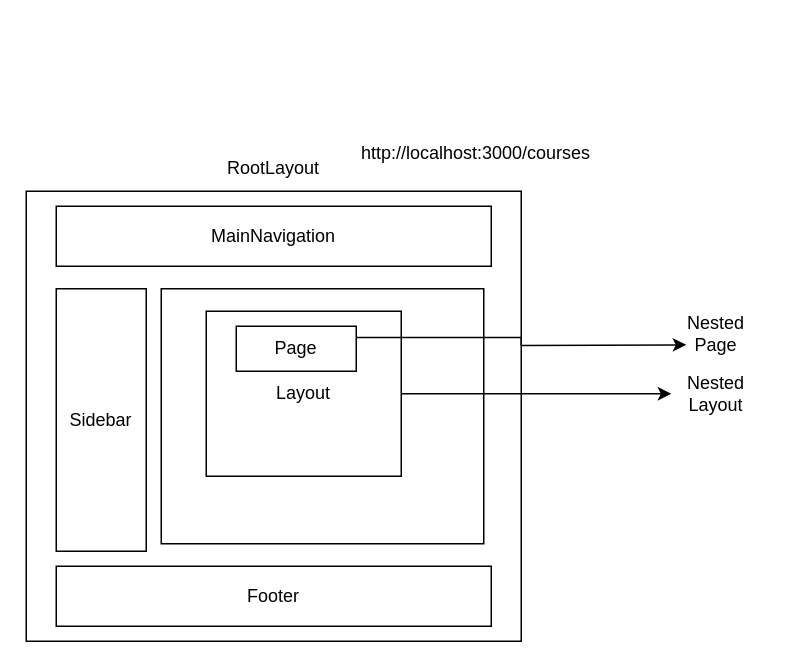
The draw.io diagram page "Page-6" (6 of 7) of references/react.drawio in synergy2411/dec-25-react, before the edit. Source tidied: cells renumbered, new cells numbered last; positions are measured from the earlier drawing's top-left corner, leaving out a move shared by most shapes. Both pictures are drawn from the tidied source at 150%, with x=0, y=0 at pixel (26, 130).
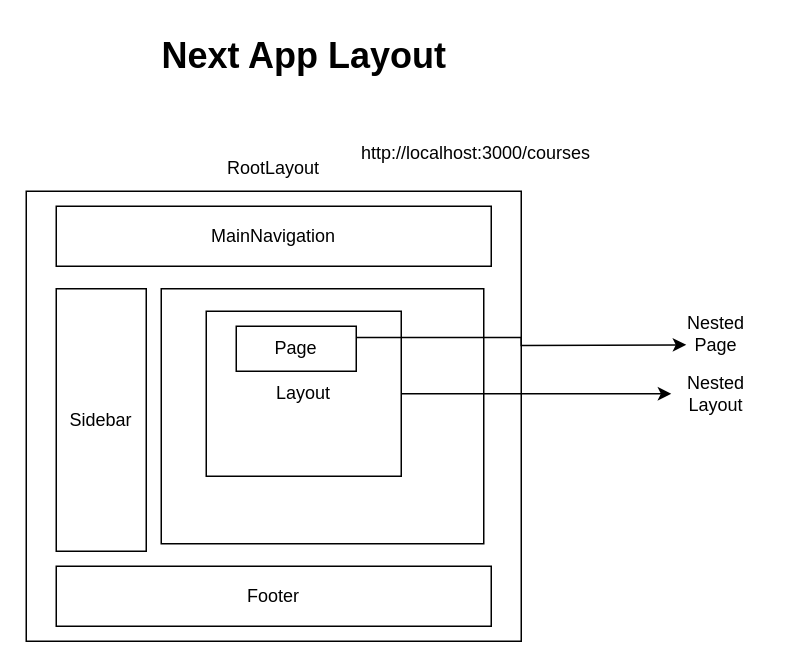
After the change.

Change to the diagram source:
```diff
@@
 <mxGraphModel>
   <root>
     <mxCell id="0" />
     <mxCell id="1" parent="0" />
     <mxCell id="2" style="rounded=0;whiteSpace=wrap;html=1;" parent="1" vertex="1">
       <mxGeometry y="40" width="330" height="300" as="geometry" />
     </mxCell>
     <mxCell id="3" value="RootLayout" style="text;html=1;whiteSpace=wrap;strokeColor=none;fillColor=none;align=center;verticalAlign=middle;rounded=0;" parent="1" vertex="1">
       <mxGeometry x="135" y="10" width="60" height="30" as="geometry" />
     </mxCell>
     <mxCell id="4" value="Page.js" style="rounded=0;whiteSpace=wrap;html=1;" parent="1" vertex="1">
       <mxGeometry x="90" y="105" width="215" height="170" as="geometry" />
     </mxCell>
     <mxCell id="5" value="MainNavigation" style="rounded=0;whiteSpace=wrap;html=1;" parent="1" vertex="1">
       <mxGeometry x="20" y="50" width="290" height="40" as="geometry" />
     </mxCell>
     <mxCell id="6" value="Sidebar" style="rounded=0;whiteSpace=wrap;html=1;" parent="1" vertex="1">
       <mxGeometry x="20" y="105" width="60" height="175" as="geometry" />
     </mxCell>
     <mxCell id="7" value="Footer" style="rounded=0;whiteSpace=wrap;html=1;" parent="1" vertex="1">
       <mxGeometry x="20" y="290" width="290" height="40" as="geometry" />
     </mxCell>
     <mxCell id="8" value="http://localhost:3000/courses" style="text;html=1;whiteSpace=wrap;strokeColor=none;fillColor=none;align=center;verticalAlign=middle;rounded=0;" parent="1" vertex="1">
       <mxGeometry x="270" width="60" height="30" as="geometry" />
     </mxCell>
     <mxCell id="9" style="edgeStyle=orthogonalEdgeStyle;rounded=0;jettySize=auto;html=1;exitX=1;exitY=0.5;exitDx=0;exitDy=0;entryX=0;entryY=0.5;entryDx=0;entryDy=0;" parent="1" edge="1" source="10" target="13">
       <mxGeometry relative="1" as="geometry" />
     </mxCell>
     <mxCell id="10" value="Layout" style="rounded=0;whiteSpace=wrap;html=1;" parent="1" vertex="1">
       <mxGeometry x="120" y="120" width="130" height="110" as="geometry" />
     </mxCell>
     <mxCell id="11" style="edgeStyle=orthogonalEdgeStyle;rounded=0;jettySize=auto;html=1;exitX=1;exitY=0.25;exitDx=0;exitDy=0;" parent="1" edge="1" source="12">
       <mxGeometry relative="1" as="geometry">
         <mxPoint x="440" y="142.4" as="targetPoint" />
       </mxGeometry>
     </mxCell>
     <mxCell id="12" value="Page" style="rounded=0;whiteSpace=wrap;html=1;" parent="1" vertex="1">
       <mxGeometry x="140" y="130" width="80" height="30" as="geometry" />
     </mxCell>
     <mxCell id="13" value="Nested Layout" style="text;html=1;whiteSpace=wrap;strokeColor=none;fillColor=none;align=center;verticalAlign=middle;rounded=0;" parent="1" vertex="1">
       <mxGeometry x="430" y="160" width="60" height="30" as="geometry" />
     </mxCell>
     <mxCell id="14" value="Nested Page" style="text;html=1;whiteSpace=wrap;strokeColor=none;fillColor=none;align=center;verticalAlign=middle;rounded=0;" parent="1" vertex="1">
       <mxGeometry x="430" y="120" width="60" height="30" as="geometry" />
     </mxCell>
+    <mxCell id="15" value="Next App Layout" style="text;strokeColor=none;fillColor=none;html=1;fontSize=24;fontStyle=1;verticalAlign=middle;align=center;" parent="1" vertex="1">
+      <mxGeometry x="135" y="-70" width="100" height="40" as="geometry" />
+    </mxCell>
   </root>
 </mxGraphModel>
```
